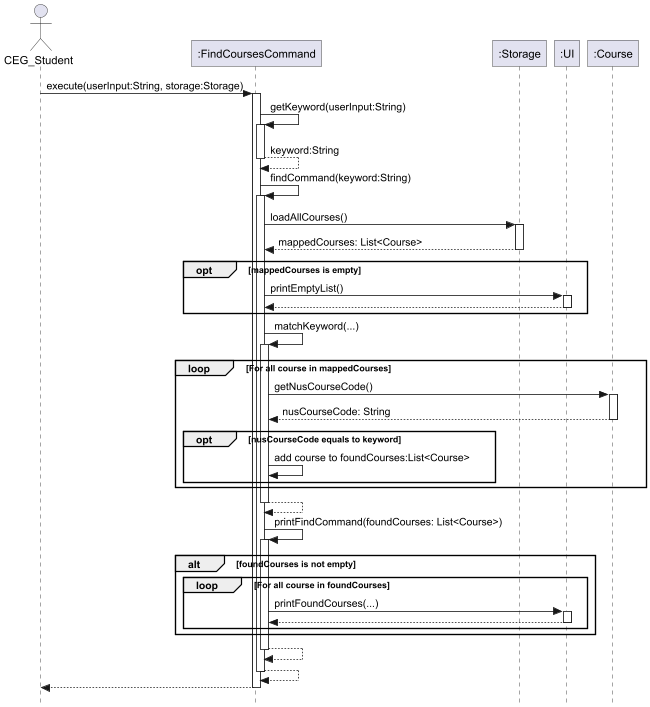
Above: docs/images/FindCoursesCommand.png in nus-cs2113-AY2425S1/tp (PlantUML), before the change.
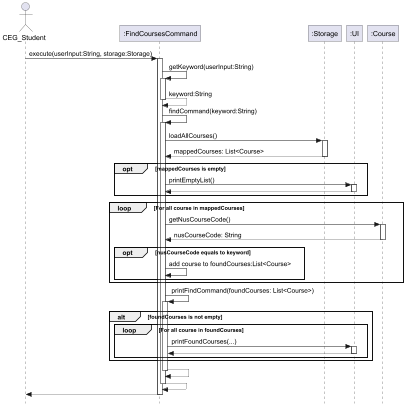
The same file after the commit.

Commit message:
Update FindCoursesCommand sequence diagram to make it simpler

Diff of the diagram source:
```diff
@@ -30,8 +30,6 @@
 return
 end
 
-FindCoursesCommand -> FindCoursesCommand: matchKeyword(...)
-activate FindCoursesCommand
 loop For all course in mappedCourses
 
 FindCoursesCommand -> Course: getNusCourseCode()
@@ -43,7 +41,6 @@
 FindCoursesCommand -> FindCoursesCommand: add course to foundCourses:List<Course>
 end
 end
-return
 
 FindCoursesCommand -> FindCoursesCommand: printFindCommand(foundCourses: List<Course>)
 activate FindCoursesCommand
```
